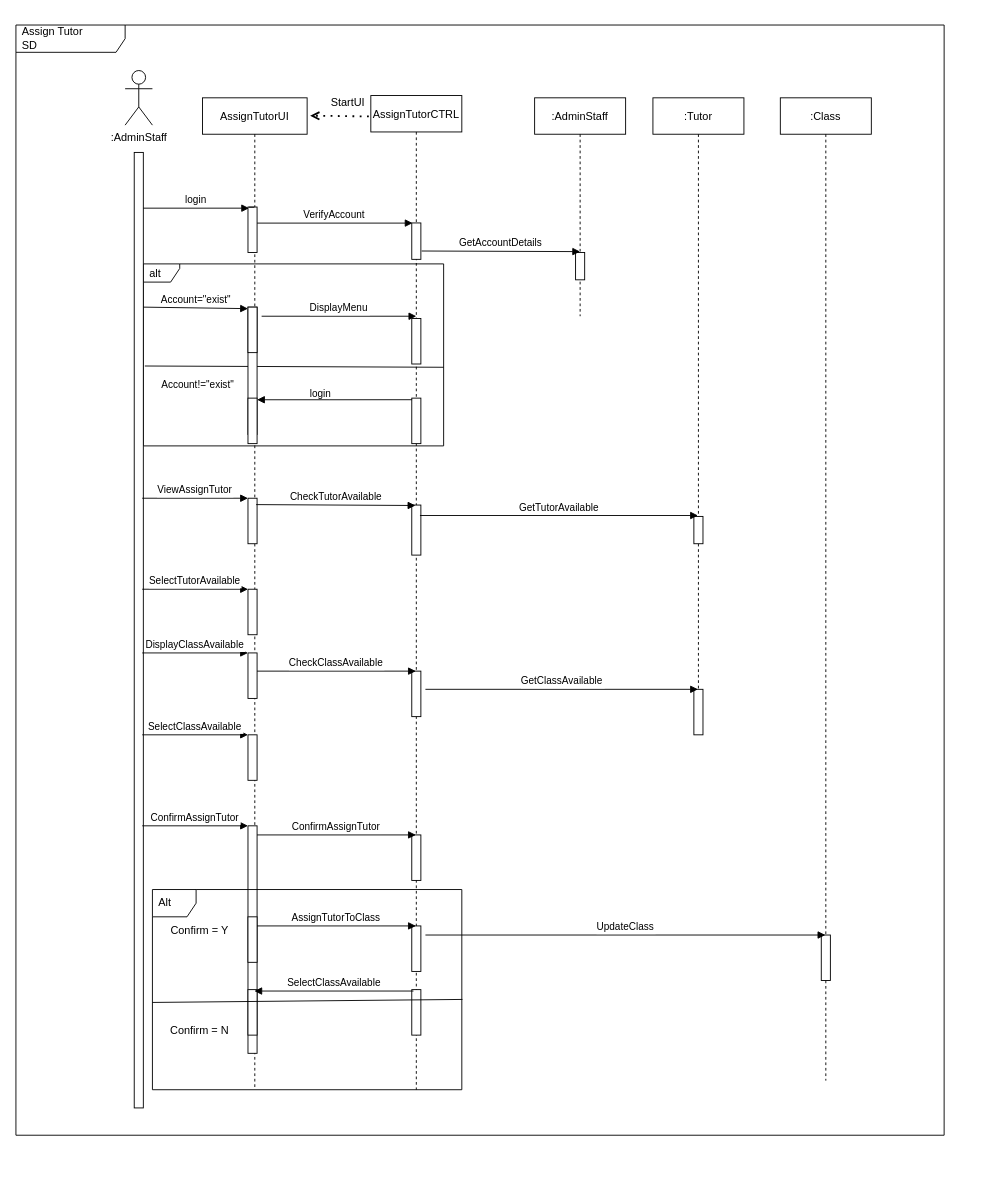
The draw.io diagram page "SequenceDiagram" (1 of 2) of OOAD DIAGRAM/SequenceDiagram.drawio in Jerald13/SemV2-Drawio, before the edit. Source tidied: cells renumbered, new cells numbered last; positions are measured from the earlier drawing's top-left corner, leaving out a move shared by most shapes. Both pictures are drawn from the tidied source at 91%, with x=0, y=0 at pixel (15, 25).
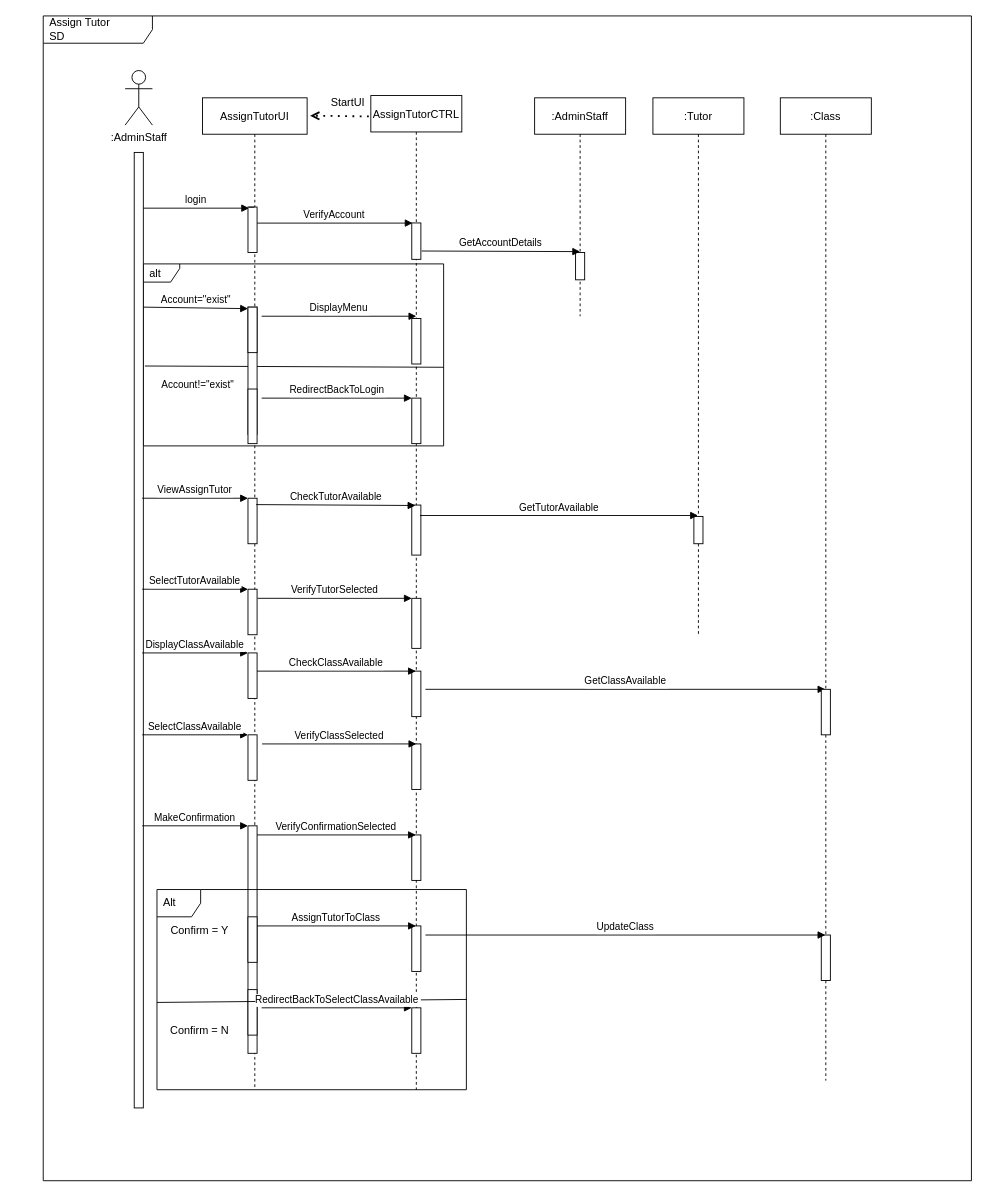
After the change.

Unchanged cells that the change refers to:
```xml
<mxCell id="2" value="AssignTutorCTRL" style="shape=umlLifeline;perimeter=lifelinePerimeter;rounded=0;shadow=0;strokeWidth=1;" parent="1" vertex="1">
  <mxGeometry x="390" y="77.5" width="100" height="1092.5" as="geometry" />
</mxCell>
<mxCell id="3" style="points=[];perimeter=orthogonalPerimeter;rounded=0;shadow=0;strokeWidth=1;" parent="2" vertex="1">
  <mxGeometry x="45" y="140" width="10" height="40" as="geometry" />
</mxCell>
<mxCell id="9" style="points=[];perimeter=orthogonalPerimeter;rounded=0;shadow=0;strokeWidth=1;" parent="2" vertex="1">
  <mxGeometry x="45" y="332.5" width="10" height="50" as="geometry" />
</mxCell>
<mxCell id="17" value="AssignTutorUI" style="shape=umlLifeline;perimeter=lifelinePerimeter;rounded=0;shadow=0;strokeWidth=1;" parent="1" vertex="1">
  <mxGeometry x="205" y="80" width="115" height="1090" as="geometry" />
</mxCell>
<mxCell id="57" value=":Class" style="shape=umlLifeline;perimeter=lifelinePerimeter;rounded=0;shadow=0;strokeWidth=1;" parent="1" vertex="1">
  <mxGeometry x="840" y="80" width="100" height="1080" as="geometry" />
</mxCell>
```

The edit, as a diff of the source:
```diff
@@
-    <mxCell id="13" style="points=[];perimeter=orthogonalPerimeter;rounded=0;shadow=0;strokeWidth=1;" parent="2" vertex="1">
-      <mxGeometry x="45" y="982.5" width="10" height="50" as="geometry" />
-    </mxCell>
+    <mxCell id="63" style="perimeter=orthogonalPerimeter;rounded=0;shadow=0;strokeWidth=1;" parent="2" vertex="1">
+      <mxGeometry x="45" y="1002.5" width="10" height="50" as="geometry" />
+    </mxCell>
+    <mxCell id="64" style="perimeter=orthogonalPerimeter;rounded=0;shadow=0;strokeWidth=1;" parent="2" vertex="1">
+      <mxGeometry x="45" y="712.5" width="10" height="50" as="geometry" />
+    </mxCell>
+    <mxCell id="65" value="VerifyClassSelected" style="verticalAlign=bottom;endArrow=block;shadow=0;strokeWidth=1;" parent="2" edge="1">
+      <mxGeometry relative="1" as="geometry">
+        <mxPoint x="-119.5" y="712.5" as="sourcePoint" />
+        <mxPoint x="50" y="712.5" as="targetPoint" />
+      </mxGeometry>
+    </mxCell>
+    <mxCell id="66" value="VerifyTutorSelected" style="verticalAlign=bottom;endArrow=block;shadow=0;strokeWidth=1;" parent="2" edge="1">
+      <mxGeometry relative="1" as="geometry">
+        <mxPoint x="-124.5" y="552.5" as="sourcePoint" />
+        <mxPoint x="45" y="552.5" as="targetPoint" />
+      </mxGeometry>
+    </mxCell>
+    <mxCell id="67" style="perimeter=orthogonalPerimeter;rounded=0;shadow=0;strokeWidth=1;" parent="2" vertex="1">
+      <mxGeometry x="45" y="552.5" width="10" height="55" as="geometry" />
+    </mxCell>
@@
-    <mxCell id="15" style="points=[];perimeter=orthogonalPerimeter;rounded=0;shadow=0;strokeWidth=1;" parent="1" vertex="1">
-      <mxGeometry x="130" y="140" width="10" height="1050" as="geometry" />
-    </mxCell>
+    <mxCell id="68" style="points=[];perimeter=orthogonalPerimeter;rounded=0;shadow=0;strokeWidth=1;" parent="1" vertex="1">
+      <mxGeometry x="130" y="140" width="10" height="1050" as="geometry" />
+    </mxCell>
-    <mxCell id="16" value="login" style="verticalAlign=bottom;endArrow=block;shadow=0;strokeWidth=1;entryX=0.124;entryY=0.025;entryDx=0;entryDy=0;entryPerimeter=0;" parent="1" edge="1" source="15" target="35">
+    <mxCell id="16" value="login" style="verticalAlign=bottom;endArrow=block;shadow=0;strokeWidth=1;entryX=0.124;entryY=0.025;entryDx=0;entryDy=0;entryPerimeter=0;" parent="1" edge="1" source="68" target="71">
       <mxGeometry relative="1" as="geometry" />
     </mxCell>
@@
-    <mxCell id="20" style="points=[];perimeter=orthogonalPerimeter;rounded=0;shadow=0;strokeWidth=1;" parent="17" vertex="1">
-      <mxGeometry x="50" y="330" width="10" height="50" as="geometry" />
-    </mxCell>
-    <mxCell id="21" value="&lt;span style=&quot;font-size: 11px; background-color: rgb(255, 255, 255);&quot;&gt;login&lt;/span&gt;" style="text;html=1;strokeColor=none;fillColor=none;align=center;verticalAlign=middle;whiteSpace=wrap;rounded=0;" parent="17" vertex="1">
-      <mxGeometry x="100" y="310" width="60" height="30" as="geometry" />
-    </mxCell>
+    <mxCell id="69" style="perimeter=orthogonalPerimeter;rounded=0;shadow=0;strokeWidth=1;" parent="17" vertex="1">
+      <mxGeometry x="50" y="320" width="10" height="60" as="geometry" />
+    </mxCell>
@@
-    <mxCell id="29" value="ConfirmAssignTutor" style="verticalAlign=bottom;endArrow=block;shadow=0;strokeWidth=1;entryX=0.124;entryY=0.025;entryDx=0;entryDy=0;entryPerimeter=0;" parent="17" edge="1">
-      <mxGeometry relative="1" as="geometry">
-        <mxPoint x="-66.2" y="800" as="sourcePoint" />
-        <mxPoint x="50" y="800" as="targetPoint" />
-      </mxGeometry>
-    </mxCell>
+    <mxCell id="70" value="MakeConfirmation" style="verticalAlign=bottom;endArrow=block;shadow=0;strokeWidth=1;entryX=0.124;entryY=0.025;entryDx=0;entryDy=0;entryPerimeter=0;" parent="17" edge="1">
+      <mxGeometry relative="1" as="geometry">
+        <mxPoint x="-66.2" y="800" as="sourcePoint" />
+        <mxPoint x="50" y="800" as="targetPoint" />
+      </mxGeometry>
+    </mxCell>
@@
+    <mxCell id="60" value="Alt" style="shape=umlFrame;whiteSpace=wrap;html=1;width=48;height=30;boundedLbl=1;verticalAlign=middle;align=left;spacingLeft=5;" parent="17" vertex="1">
+      <mxGeometry x="-50" y="870" width="340" height="220" as="geometry" />
+    </mxCell>
+    <mxCell id="61" style="endArrow=none;html=1;rounded=0;entryX=1.002;entryY=0.549;entryDx=0;entryDy=0;entryPerimeter=0;exitX=0;exitY=0.564;exitDx=0;exitDy=0;exitPerimeter=0;" parent="17" edge="1" source="60" target="60">
+      <mxGeometry relative="1" as="geometry" />
+    </mxCell>
-    <mxCell id="34" value="VerifyAccount" style="verticalAlign=bottom;endArrow=block;shadow=0;strokeWidth=1;entryX=0.09;entryY=0.004;entryDx=0;entryDy=0;entryPerimeter=0;startArrow=none;" parent="1" edge="1" source="35" target="3">
+    <mxCell id="34" value="VerifyAccount" style="verticalAlign=bottom;endArrow=block;shadow=0;strokeWidth=1;entryX=0.09;entryY=0.004;entryDx=0;entryDy=0;entryPerimeter=0;startArrow=none;" parent="1" edge="1" source="71" target="3">
       <mxGeometry relative="1" as="geometry" />
     </mxCell>
-    <mxCell id="35" style="points=[];perimeter=orthogonalPerimeter;rounded=0;shadow=0;strokeWidth=1;" parent="1" vertex="1">
-      <mxGeometry x="255" y="200" width="10" height="50" as="geometry" />
-    </mxCell>
-    <mxCell id="36" style="verticalAlign=bottom;endArrow=none;shadow=0;strokeWidth=1;entryX=0.09;entryY=0.004;entryDx=0;entryDy=0;entryPerimeter=0;" parent="1" edge="1" source="17" target="35">
-      <mxGeometry relative="1" as="geometry" />
-    </mxCell>
+    <mxCell id="71" style="points=[];perimeter=orthogonalPerimeter;rounded=0;shadow=0;strokeWidth=1;" parent="1" vertex="1">
+      <mxGeometry x="255" y="200" width="10" height="50" as="geometry" />
+    </mxCell>
+    <mxCell id="72" style="verticalAlign=bottom;endArrow=none;shadow=0;strokeWidth=1;entryX=0.09;entryY=0.004;entryDx=0;entryDy=0;entryPerimeter=0;" parent="1" edge="1" source="17" target="71">
+      <mxGeometry relative="1" as="geometry" />
+    </mxCell>
     <mxCell id="37" value="Assign Tutor&lt;br&gt;SD" style="shape=umlFrame;whiteSpace=wrap;html=1;width=120;height=30;boundedLbl=1;verticalAlign=middle;align=left;spacingLeft=5;" parent="1" vertex="1">
-      <mxGeometry width="1020" height="1220" as="geometry" />
+      <mxGeometry x="30" y="-10" width="1020" height="1280" as="geometry" />
     </mxCell>
@@
     <mxCell id="46" value=":Tutor" style="shape=umlLifeline;perimeter=lifelinePerimeter;rounded=0;shadow=0;strokeWidth=1;" parent="1" vertex="1">
-      <mxGeometry x="700" y="80" width="100" height="700" as="geometry" />
+      <mxGeometry x="700" y="80" width="100" height="590" as="geometry" />
     </mxCell>
@@
-    <mxCell id="48" style="perimeter=orthogonalPerimeter;rounded=0;shadow=0;strokeWidth=1;" parent="46" vertex="1">
-      <mxGeometry x="45" y="650" width="10" height="50" as="geometry" />
-    </mxCell>
@@
-    <mxCell id="50" style="edgeStyle=orthogonalEdgeStyle;rounded=0;jettySize=auto;html=1;entryX=0.038;entryY=0.035;entryDx=0;entryDy=0;entryPerimeter=0;endArrow=none;endFill=0;startArrow=block;startFill=1;" parent="1" edge="1" source="20" target="9">
-      <mxGeometry relative="1" as="geometry">
-        <Array as="points">
-          <mxPoint x="345" y="412" />
-        </Array>
-      </mxGeometry>
-    </mxCell>
@@
-    <mxCell id="52" value="GetClassAvailable" style="verticalAlign=bottom;endArrow=block;shadow=0;strokeWidth=1;" parent="1" edge="1">
+    <mxCell id="52" value="GetClassAvailable" style="verticalAlign=bottom;endArrow=block;shadow=0;strokeWidth=1;" parent="1" edge="1" target="57">
       <mxGeometry relative="1" as="geometry">
         <mxPoint x="450" y="730" as="sourcePoint" />
-        <mxPoint x="749.5" y="730" as="targetPoint" />
       </mxGeometry>
     </mxCell>
-    <mxCell id="53" style="perimeter=orthogonalPerimeter;rounded=0;shadow=0;strokeWidth=1;" parent="1" vertex="1">
-      <mxGeometry x="255" y="780" width="10" height="50" as="geometry" />
-    </mxCell>
-    <mxCell id="54" value="ConfirmAssignTutor" style="verticalAlign=bottom;endArrow=block;shadow=0;strokeWidth=1;" parent="1" edge="1" target="2">
-      <mxGeometry relative="1" as="geometry">
-        <mxPoint x="265" y="890" as="sourcePoint" />
-      </mxGeometry>
-    </mxCell>
+    <mxCell id="73" style="perimeter=orthogonalPerimeter;rounded=0;shadow=0;strokeWidth=1;" parent="1" vertex="1">
+      <mxGeometry x="255" y="780" width="10" height="50" as="geometry" />
+    </mxCell>
+    <mxCell id="74" value="VerifyConfirmationSelected" style="verticalAlign=bottom;endArrow=block;shadow=0;strokeWidth=1;" parent="1" edge="1" target="2">
+      <mxGeometry relative="1" as="geometry">
+        <mxPoint x="265" y="890" as="sourcePoint" />
+      </mxGeometry>
+    </mxCell>
@@
+    <mxCell id="48" style="perimeter=orthogonalPerimeter;rounded=0;shadow=0;strokeWidth=1;" parent="57" vertex="1">
+      <mxGeometry x="45" y="650" width="10" height="50" as="geometry" />
+    </mxCell>
@@
-    <mxCell id="60" value="Alt" style="shape=umlFrame;whiteSpace=wrap;html=1;width=48;height=30;boundedLbl=1;verticalAlign=middle;align=left;spacingLeft=5;" parent="1" vertex="1">
-      <mxGeometry x="150" y="950" width="340" height="220" as="geometry" />
-    </mxCell>
-    <mxCell id="61" style="endArrow=none;html=1;rounded=0;entryX=1.002;entryY=0.549;entryDx=0;entryDy=0;entryPerimeter=0;exitX=0;exitY=0.564;exitDx=0;exitDy=0;exitPerimeter=0;" parent="1" edge="1" source="60" target="60">
-      <mxGeometry relative="1" as="geometry" />
-    </mxCell>
-    <mxCell id="62" value="SelectClassAvailable" style="verticalAlign=bottom;endArrow=block;shadow=0;strokeWidth=1;exitX=0.187;exitY=0.031;exitDx=0;exitDy=0;exitPerimeter=0;" parent="1" edge="1" source="13" target="17">
-      <mxGeometry relative="1" as="geometry" />
-    </mxCell>
+    <mxCell id="75" value="RedirectBackToLogin" style="verticalAlign=bottom;endArrow=block;shadow=0;strokeWidth=1;" parent="1" edge="1" target="9">
+      <mxGeometry relative="1" as="geometry">
+        <mxPoint x="270" y="410" as="sourcePoint" />
+      </mxGeometry>
+    </mxCell>
+    <mxCell id="76" value="RedirectBackToSelectClassAvailable" style="verticalAlign=bottom;endArrow=block;shadow=0;strokeWidth=1;" parent="1" edge="1">
+      <mxGeometry relative="1" as="geometry">
+        <mxPoint x="270" y="1080" as="sourcePoint" />
+        <mxPoint x="435" y="1080" as="targetPoint" />
+      </mxGeometry>
+    </mxCell>
```
